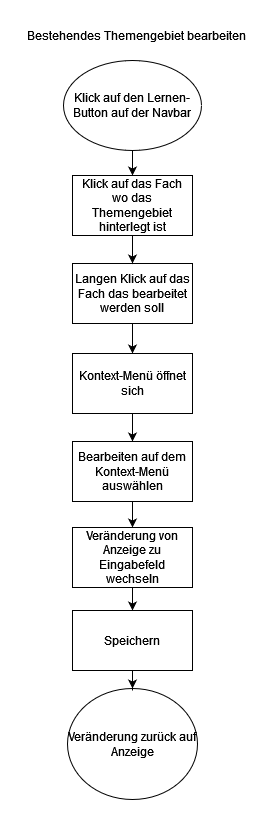
Earlier version of the draw.io export Report/Ablaufdiagramm/Themengebiet_bearbeiten.drawio.png (Hinotori91/Exam-CRUD-Backend). Source tidied: cells renumbered, new cells last; positions are measured from the earlier drawing's top-left corner, leaving out a move shared by most shapes.
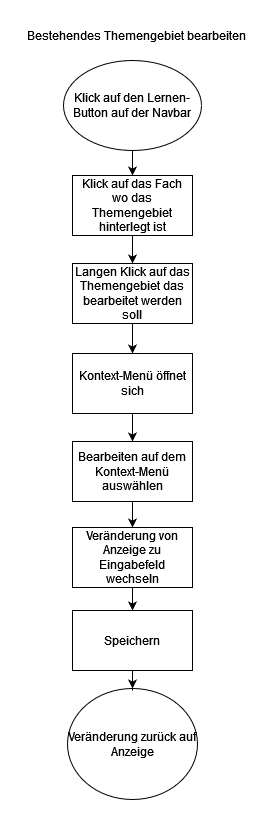
Later version of the same file.

Change to the diagram source:
```diff
@@ -14,7 +14,7 @@
     <mxCell id="5" style="edgeStyle=orthogonalEdgeStyle;rounded=0;jettySize=auto;html=1;" parent="1" edge="1" source="6" target="8">
       <mxGeometry relative="1" as="geometry" />
     </mxCell>
-    <mxCell id="6" value="Langen Klick auf das Fach das bearbeitet werden soll" style="whiteSpace=wrap;html=1;" parent="1" vertex="1">
+    <mxCell id="6" value="Langen Klick auf das Themengebiet das bearbeitet werden soll" style="whiteSpace=wrap;html=1;" parent="1" vertex="1">
       <mxGeometry x="52" y="243" width="120" height="60" as="geometry" />
     </mxCell>
     <mxCell id="7" style="edgeStyle=orthogonalEdgeStyle;rounded=0;jettySize=auto;html=1;" parent="1" edge="1" source="8" target="10">
```
